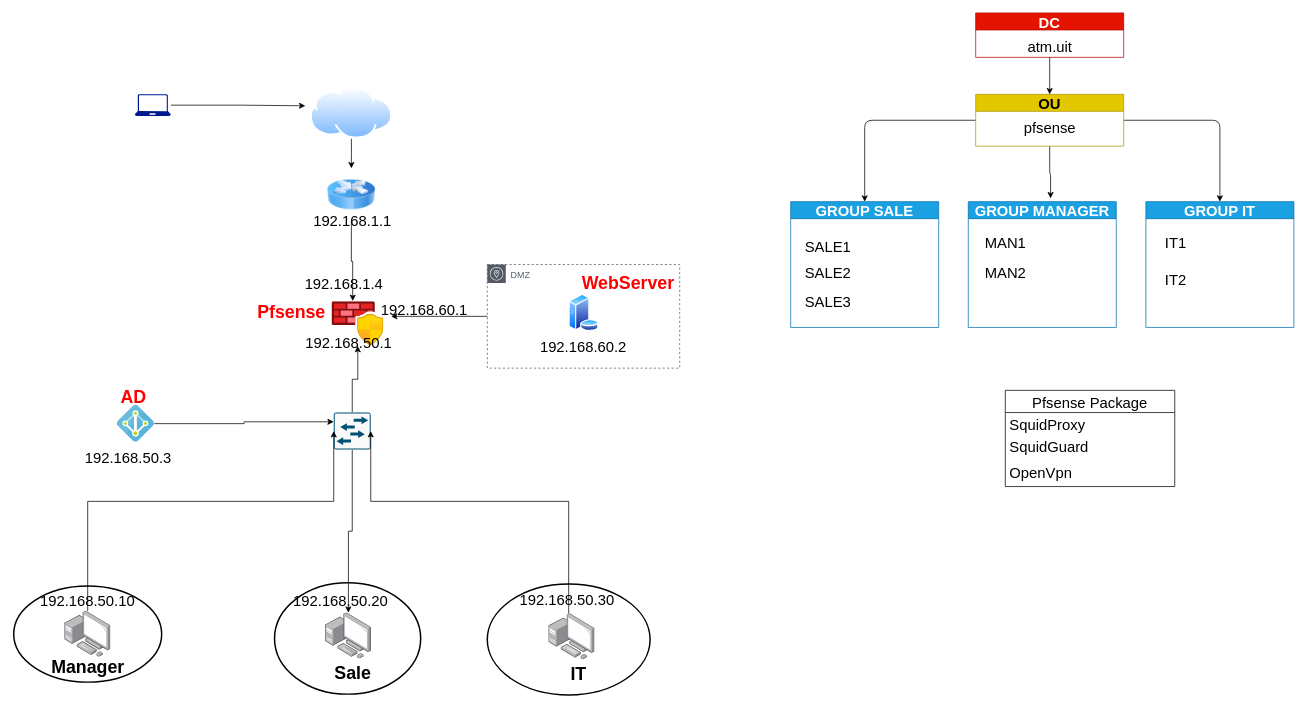
This is pfsense.drawio from hopnguyen123/pfsense, a draw.io file, before an edit. Source tidied: cells renumbered, new cells numbered last; positions are measured from the earlier drawing's top-left corner, leaving out a move shared by most shapes. Both pictures are drawn from the tidied source at 74%, with x=0, y=0 at pixel (13, 13).
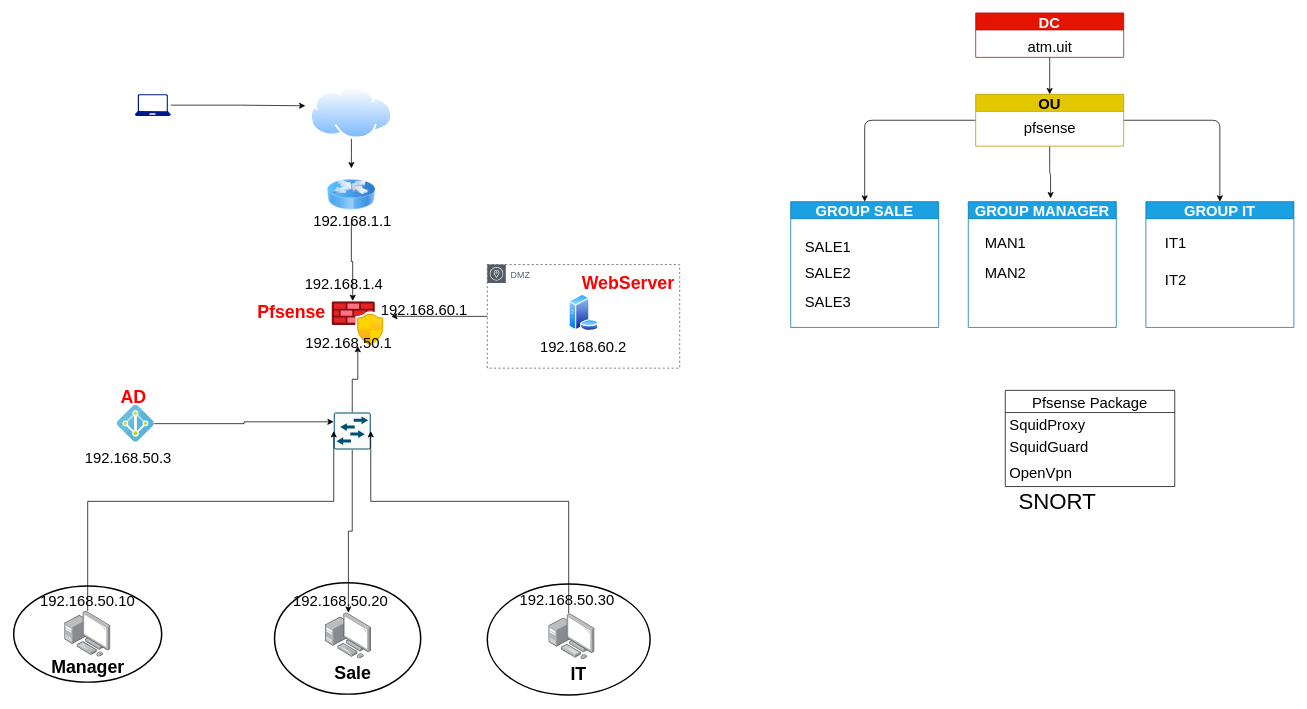
Above is the later version.

What changed in the source:
```diff
@@
+    <mxCell id="62" value="&lt;font style=&quot;font-size: 30px&quot;&gt;SNORT&lt;/font&gt;" style="text;html=1;align=center;verticalAlign=middle;strokeColor=none;fillColor=none;strokeWidth=30;" parent="1" vertex="1">
+      <mxGeometry x="1350" y="650" width="120" height="20" as="geometry" />
+    </mxCell>
```
